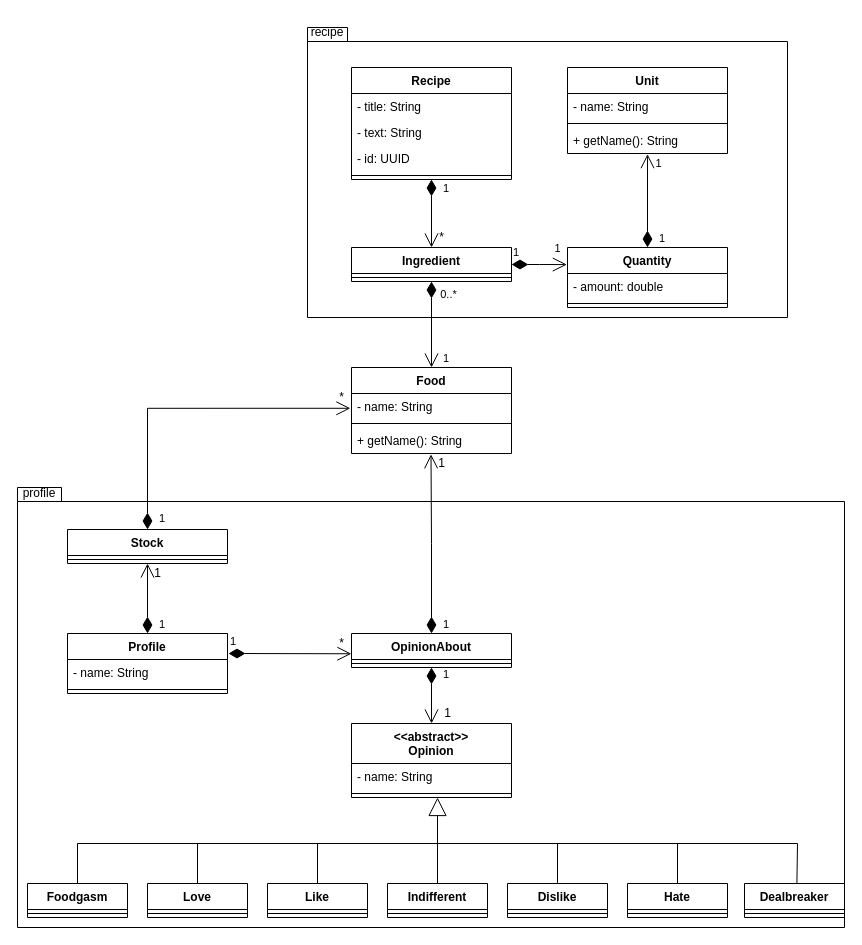
Above: docs/diagrams/entity_uml.drawio in andretrump/quickie (draw.io), before the change. Source tidied: cells renumbered, new cells numbered last; positions are measured from the earlier drawing's top-left corner, leaving out a move shared by most shapes. Both pictures are drawn from the tidied source at 100%, with x=0, y=0 at pixel (17, 17).
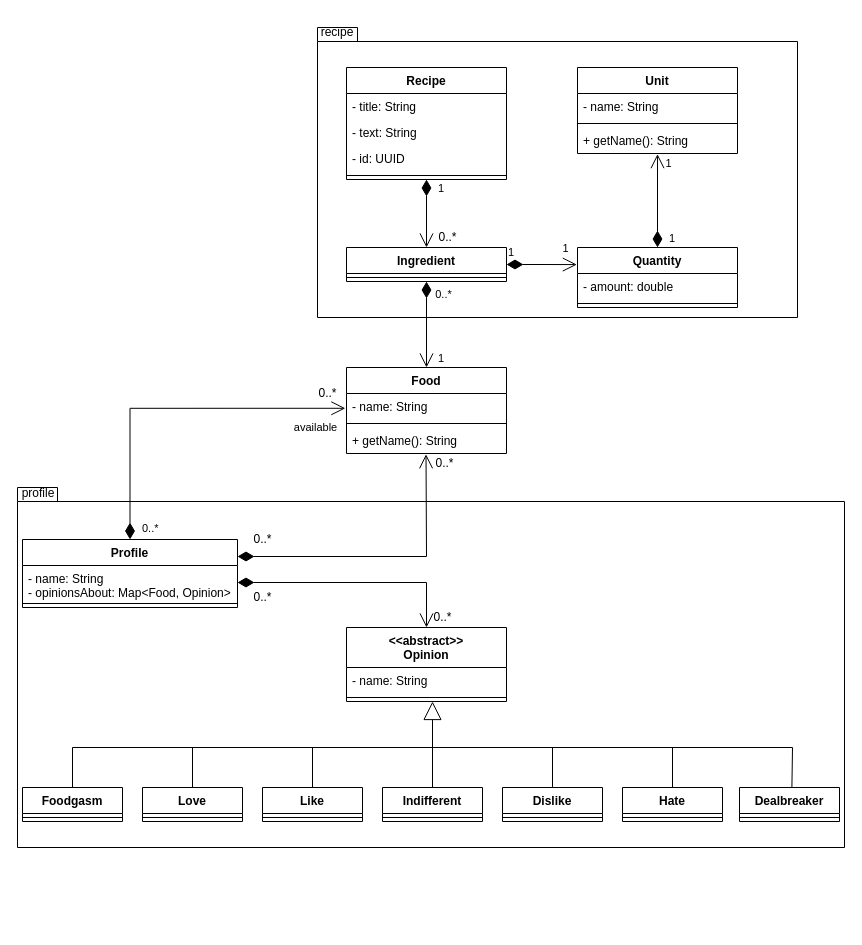
The same page after the edit.

The change refers to these unchanged cells:
```xml
<mxCell id="5" value="- name: String" style="text;strokeColor=none;fillColor=none;align=left;verticalAlign=top;spacingLeft=4;spacingRight=4;overflow=hidden;points=[[0,0.5],[1,0.5]];portConstraint=eastwest;" parent="4" vertex="1">
  <mxGeometry y="26" width="160" height="26" as="geometry" />
</mxCell>
<mxCell id="7" value="+ getName(): String" style="text;strokeColor=none;fillColor=none;align=left;verticalAlign=top;spacingLeft=4;spacingRight=4;overflow=hidden;points=[[0,0.5],[1,0.5]];portConstraint=eastwest;" parent="4" vertex="1">
  <mxGeometry y="60" width="160" height="26" as="geometry" />
</mxCell>
```

Diff of the diagram source:
```diff
@@
     <mxCell id="2" style="shape=folder;fontStyle=1;spacingTop=10;tabWidth=40;tabHeight=14;tabPosition=left;html=1;" parent="1" vertex="1">
-      <mxGeometry y="470" width="827" height="440" as="geometry" />
+      <mxGeometry y="470" width="827" height="360" as="geometry" />
     </mxCell>
     <mxCell id="3" style="shape=folder;fontStyle=1;spacingTop=10;tabWidth=40;tabHeight=14;tabPosition=left;html=1;" parent="1" vertex="1">
-      <mxGeometry x="290" y="10" width="480" height="290" as="geometry" />
+      <mxGeometry x="300" y="10" width="480" height="290" as="geometry" />
     </mxCell>
     <mxCell id="4" value="Food" style="swimlane;fontStyle=1;align=center;verticalAlign=top;horizontal=1;startSize=26;" parent="1" vertex="1">
-      <mxGeometry x="334" y="350" width="160" height="86" as="geometry" />
+      <mxGeometry x="329" y="350" width="160" height="86" as="geometry" />
     </mxCell>
@@
     <mxCell id="8" value="Ingredient" style="swimlane;fontStyle=1;align=center;verticalAlign=top;horizontal=1;startSize=26;" parent="1" vertex="1">
-      <mxGeometry x="334" y="230" width="160" height="34" as="geometry" />
+      <mxGeometry x="329" y="230" width="160" height="34" as="geometry" />
     </mxCell>
@@
-    <mxCell id="10" value="1" style="endArrow=open;html=1;endSize=12;startArrow=diamondThin;startSize=14;startFill=1;align=left;verticalAlign=bottom;rounded=0;exitX=0.5;exitY=1;exitDx=0;exitDy=0;entryX=0.5;entryY=0;entryDx=0;entryDy=0;edgeStyle=orthogonalEdgeStyle;" parent="1" edge="1" source="8" target="4">
+    <mxCell id="10" value="1" style="endArrow=open;html=1;endSize=12;startArrow=diamondThin;startSize=14;startFill=1;align=left;verticalAlign=bottom;rounded=0;exitX=0.5;exitY=1;exitDx=0;exitDy=0;" parent="1" edge="1" source="8" target="4">
       <mxGeometry x="1" y="10" relative="1" as="geometry" />
     </mxCell>
@@
     <mxCell id="12" value="Quantity" style="swimlane;fontStyle=1;align=center;verticalAlign=top;horizontal=1;startSize=26;" parent="1" vertex="1">
-      <mxGeometry x="550" y="230" width="160" height="60" as="geometry" />
+      <mxGeometry x="560" y="230" width="160" height="60" as="geometry" />
     </mxCell>
@@
     <mxCell id="17" value="Unit" style="swimlane;fontStyle=1;align=center;verticalAlign=top;horizontal=1;startSize=26;" parent="1" vertex="1">
-      <mxGeometry x="550" y="50" width="160" height="86" as="geometry" />
+      <mxGeometry x="560" y="50" width="160" height="86" as="geometry" />
     </mxCell>
@@
     <mxCell id="23" value="Recipe" style="swimlane;fontStyle=1;align=center;verticalAlign=top;horizontal=1;startSize=26;" parent="1" vertex="1">
-      <mxGeometry x="334" y="50" width="160" height="112" as="geometry" />
+      <mxGeometry x="329" y="50" width="160" height="112" as="geometry" />
     </mxCell>
@@
-    <mxCell id="29" value="*" style="text;html=1;align=center;verticalAlign=middle;strokeColor=none;fillColor=none;" parent="1" vertex="1">
-      <mxGeometry x="414" y="210" width="20" height="20" as="geometry" />
+    <mxCell id="29" value="0..*" style="text;html=1;align=center;verticalAlign=middle;strokeColor=none;fillColor=none;" parent="1" vertex="1">
+      <mxGeometry x="415" y="210" width="30" height="20" as="geometry" />
     </mxCell>
     <mxCell id="30" value="&lt;&lt;abstract&gt;&gt;&#10;Opinion" style="swimlane;fontStyle=1;align=center;verticalAlign=top;horizontal=1;startSize=40;" parent="1" vertex="1">
-      <mxGeometry x="334" y="706" width="160" height="74" as="geometry" />
+      <mxGeometry x="329" y="610" width="160" height="74" as="geometry" />
     </mxCell>
@@
     <mxCell id="33" value="Profile" style="swimlane;fontStyle=1;align=center;verticalAlign=top;horizontal=1;startSize=26;" parent="1" vertex="1">
-      <mxGeometry x="50" y="616" width="160" height="60" as="geometry" />
+      <mxGeometry x="5" y="522" width="215" height="68" as="geometry" />
     </mxCell>
-    <mxCell id="34" value="- name: String" style="text;strokeColor=none;fillColor=none;align=left;verticalAlign=top;spacingLeft=4;spacingRight=4;overflow=hidden;points=[[0,0.5],[1,0.5]];portConstraint=eastwest;" parent="33" vertex="1">
-      <mxGeometry y="26" width="160" height="26" as="geometry" />
+    <mxCell id="34" value="- name: String&#10;- opinionsAbout: Map&lt;Food, Opinion&gt;" style="text;strokeColor=none;fillColor=none;align=left;verticalAlign=top;spacingLeft=4;spacingRight=4;overflow=hidden;points=[[0,0.5],[1,0.5]];portConstraint=eastwest;" parent="33" vertex="1">
+      <mxGeometry y="26" width="215" height="34" as="geometry" />
     </mxCell>
     <mxCell id="35" style="line;strokeWidth=1;fillColor=none;align=left;verticalAlign=middle;spacingTop=-1;spacingLeft=3;spacingRight=3;labelPosition=right;" parent="33" vertex="1">
-      <mxGeometry y="52" width="160" height="8" as="geometry" />
+      <mxGeometry y="60" width="215" height="8" as="geometry" />
     </mxCell>
-    <mxCell id="36" value="OpinionAbout" style="swimlane;fontStyle=1;align=center;verticalAlign=top;horizontal=1;startSize=26;" parent="1" vertex="1">
-      <mxGeometry x="334" y="616" width="160" height="34" as="geometry" />
-    </mxCell>
-    <mxCell id="37" style="line;strokeWidth=1;fillColor=none;align=left;verticalAlign=middle;spacingTop=-1;spacingLeft=3;spacingRight=3;labelPosition=right;" parent="36" vertex="1">
-      <mxGeometry y="26" width="160" height="8" as="geometry" />
-    </mxCell>
-    <mxCell id="38" value="1" style="endArrow=open;html=1;endSize=12;startArrow=diamondThin;startSize=14;startFill=1;edgeStyle=orthogonalEdgeStyle;align=left;verticalAlign=bottom;rounded=0;entryX=-0.001;entryY=0.596;entryDx=0;entryDy=0;entryPerimeter=0;" parent="1" edge="1" target="36">
-      <mxGeometry x="-1" y="3" relative="1" as="geometry">
-        <mxPoint x="211" y="636" as="sourcePoint" />
-        <Array as="points">
-          <mxPoint x="211" y="636" />
-          <mxPoint x="300" y="636" />
-        </Array>
-      </mxGeometry>
-    </mxCell>
-    <mxCell id="39" value="*" style="text;html=1;align=center;verticalAlign=middle;strokeColor=none;fillColor=none;" parent="1" vertex="1">
-      <mxGeometry x="314" y="616" width="20" height="20" as="geometry" />
+    <mxCell id="39" value="0..*" style="text;html=1;align=center;verticalAlign=middle;strokeColor=none;fillColor=none;" parent="1" vertex="1">
+      <mxGeometry x="230" y="570" width="30" height="20" as="geometry" />
     </mxCell>
-    <mxCell id="40" value="1" style="endArrow=open;html=1;endSize=12;startArrow=diamondThin;startSize=14;startFill=1;edgeStyle=orthogonalEdgeStyle;align=left;verticalAlign=bottom;rounded=0;exitX=0.5;exitY=0;exitDx=0;exitDy=0;entryX=0.497;entryY=1.031;entryDx=0;entryDy=0;entryPerimeter=0;" parent="1" edge="1" source="36" target="7">
-      <mxGeometry x="-1" y="-10" relative="1" as="geometry" />
+    <mxCell id="40" style="endArrow=open;html=1;endSize=12;startArrow=diamondThin;startSize=14;startFill=1;align=left;verticalAlign=bottom;rounded=0;entryX=0.497;entryY=1.031;entryDx=0;entryDy=0;entryPerimeter=0;exitX=1;exitY=0.25;exitDx=0;exitDy=0;" parent="1" edge="1" source="33" target="7">
+      <mxGeometry x="-1" y="-10" relative="1" as="geometry">
+        <Array as="points">
+          <mxPoint x="409" y="539" />
+        </Array>
+      </mxGeometry>
     </mxCell>
-    <mxCell id="41" value="1" style="text;html=1;align=center;verticalAlign=middle;strokeColor=none;fillColor=none;" parent="1" vertex="1">
-      <mxGeometry x="414" y="436" width="20" height="20" as="geometry" />
+    <mxCell id="41" value="0..*" style="text;html=1;align=center;verticalAlign=middle;strokeColor=none;fillColor=none;" parent="1" vertex="1">
+      <mxGeometry x="412" y="436" width="30" height="20" as="geometry" />
     </mxCell>
-    <mxCell id="42" value="1" style="endArrow=open;html=1;endSize=12;startArrow=diamondThin;startSize=14;startFill=1;edgeStyle=orthogonalEdgeStyle;align=left;verticalAlign=bottom;rounded=0;exitX=0.5;exitY=1;exitDx=0;exitDy=0;entryX=0.5;entryY=0;entryDx=0;entryDy=0;" parent="1" edge="1" source="36" target="30">
-      <mxGeometry x="-0.43" y="10" relative="1" as="geometry" />
+    <mxCell id="42" style="endArrow=open;html=1;endSize=12;startArrow=diamondThin;startSize=14;startFill=1;align=left;verticalAlign=bottom;rounded=0;exitX=1;exitY=0.5;exitDx=0;exitDy=0;entryX=0.5;entryY=0;entryDx=0;entryDy=0;" parent="1" edge="1" source="34" target="30">
+      <mxGeometry x="-0.25" y="9" relative="1" as="geometry">
+        <Array as="points">
+          <mxPoint x="409" y="565" />
+        </Array>
+      </mxGeometry>
     </mxCell>
-    <mxCell id="43" value="1" style="text;html=1;align=center;verticalAlign=middle;strokeColor=none;fillColor=none;" parent="1" vertex="1">
-      <mxGeometry x="420" y="686" width="20" height="20" as="geometry" />
+    <mxCell id="43" value="0..*" style="text;html=1;align=center;verticalAlign=middle;strokeColor=none;fillColor=none;" parent="1" vertex="1">
+      <mxGeometry x="410" y="590" width="30" height="20" as="geometry" />
     </mxCell>
-    <mxCell id="44" value="Stock" style="swimlane;fontStyle=1;align=center;verticalAlign=top;horizontal=1;startSize=26;" parent="1" vertex="1">
-      <mxGeometry x="50" y="512" width="160" height="34" as="geometry" />
-    </mxCell>
-    <mxCell id="45" style="line;strokeWidth=1;fillColor=none;align=left;verticalAlign=middle;spacingTop=-1;spacingLeft=3;spacingRight=3;labelPosition=right;" parent="44" vertex="1">
-      <mxGeometry y="26" width="160" height="8" as="geometry" />
-    </mxCell>
-    <mxCell id="46" value="1" style="endArrow=open;html=1;endSize=12;startArrow=diamondThin;startSize=14;startFill=1;edgeStyle=orthogonalEdgeStyle;align=left;verticalAlign=bottom;rounded=0;exitX=0.5;exitY=0;exitDx=0;exitDy=0;entryX=0.5;entryY=1;entryDx=0;entryDy=0;" parent="1" edge="1" source="33" target="44">
-      <mxGeometry x="-1" y="-10" relative="1" as="geometry" />
-    </mxCell>
-    <mxCell id="47" value="1" style="text;html=1;align=center;verticalAlign=middle;strokeColor=none;fillColor=none;" parent="1" vertex="1">
-      <mxGeometry x="130" y="546" width="20" height="20" as="geometry" />
-    </mxCell>
-    <mxCell id="48" value="1" style="endArrow=open;html=1;endSize=12;startArrow=diamondThin;startSize=14;startFill=1;edgeStyle=orthogonalEdgeStyle;align=left;verticalAlign=bottom;rounded=0;entryX=-0.007;entryY=0.569;entryDx=0;entryDy=0;entryPerimeter=0;exitX=0.5;exitY=0;exitDx=0;exitDy=0;" parent="1" edge="1" source="44" target="5">
+    <mxCell id="48" value="0..*" style="endArrow=open;html=1;endSize=12;startArrow=diamondThin;startSize=14;startFill=1;edgeStyle=orthogonalEdgeStyle;align=left;verticalAlign=bottom;rounded=0;entryX=-0.007;entryY=0.569;entryDx=0;entryDy=0;entryPerimeter=0;exitX=0.5;exitY=0;exitDx=0;exitDy=0;" parent="1" edge="1" source="33" target="5">
       <mxGeometry x="-0.99" y="-10" relative="1" as="geometry" />
     </mxCell>
+    <mxCell id="74" value="available" style="edgeLabel;html=1;align=center;verticalAlign=middle;" parent="48" vertex="1">
+      <mxGeometry x="0.73" y="-3" relative="1" as="geometry">
+        <mxPoint x="16" y="16" as="offset" />
+      </mxGeometry>
+    </mxCell>
-    <mxCell id="49" value="*" style="text;html=1;align=center;verticalAlign=middle;strokeColor=none;fillColor=none;" parent="1" vertex="1">
-      <mxGeometry x="314" y="370" width="20" height="20" as="geometry" />
+    <mxCell id="49" value="0..*" style="text;html=1;align=center;verticalAlign=middle;strokeColor=none;fillColor=none;" parent="1" vertex="1">
+      <mxGeometry x="295" y="366" width="30" height="20" as="geometry" />
     </mxCell>
     <mxCell id="50" value="Foodgasm" style="swimlane;fontStyle=1;align=center;verticalAlign=top;horizontal=1;startSize=26;" parent="1" vertex="1">
-      <mxGeometry x="10" y="866" width="100" height="34" as="geometry" />
+      <mxGeometry x="5" y="770" width="100" height="34" as="geometry" />
     </mxCell>
@@
     <mxCell id="52" value="Indifferent" style="swimlane;fontStyle=1;align=center;verticalAlign=top;horizontal=1;startSize=26;" parent="1" vertex="1">
-      <mxGeometry x="370" y="866" width="100" height="34" as="geometry" />
+      <mxGeometry x="365" y="770" width="100" height="34" as="geometry" />
     </mxCell>
@@
     <mxCell id="54" value="Like" style="swimlane;fontStyle=1;align=center;verticalAlign=top;horizontal=1;startSize=26;" parent="1" vertex="1">
-      <mxGeometry x="250" y="866" width="100" height="34" as="geometry" />
+      <mxGeometry x="245" y="770" width="100" height="34" as="geometry" />
     </mxCell>
@@
     <mxCell id="56" value="Love" style="swimlane;fontStyle=1;align=center;verticalAlign=top;horizontal=1;startSize=26;" parent="1" vertex="1">
-      <mxGeometry x="130" y="866" width="100" height="34" as="geometry" />
+      <mxGeometry x="125" y="770" width="100" height="34" as="geometry" />
     </mxCell>
@@
     <mxCell id="58" value="Dislike" style="swimlane;fontStyle=1;align=center;verticalAlign=top;horizontal=1;startSize=26;" parent="1" vertex="1">
-      <mxGeometry x="490" y="866" width="100" height="34" as="geometry" />
+      <mxGeometry x="485" y="770" width="100" height="34" as="geometry" />
     </mxCell>
@@
     <mxCell id="60" value="Dealbreaker" style="swimlane;fontStyle=1;align=center;verticalAlign=top;horizontal=1;startSize=26;" parent="1" vertex="1">
-      <mxGeometry x="727" y="866" width="100" height="34" as="geometry" />
+      <mxGeometry x="722" y="770" width="100" height="34" as="geometry" />
     </mxCell>
@@
     <mxCell id="62" value="Hate" style="swimlane;fontStyle=1;align=center;verticalAlign=top;horizontal=1;startSize=26;" parent="1" vertex="1">
-      <mxGeometry x="610" y="866" width="100" height="34" as="geometry" />
+      <mxGeometry x="605" y="770" width="100" height="34" as="geometry" />
     </mxCell>
@@
     <mxCell id="64" style="endArrow=block;endSize=16;endFill=0;html=1;rounded=0;exitX=0.5;exitY=0;exitDx=0;exitDy=0;" parent="1" edge="1" source="52">
       <mxGeometry relative="1" as="geometry">
-        <mxPoint x="420" y="780" as="targetPoint" />
+        <mxPoint x="415" y="684" as="targetPoint" />
       </mxGeometry>
     </mxCell>
     <mxCell id="65" style="endArrow=none;html=1;rounded=0;" parent="1" edge="1">
       <mxGeometry relative="1" as="geometry">
-        <mxPoint x="60" y="826" as="sourcePoint" />
-        <mxPoint x="780" y="826" as="targetPoint" />
+        <mxPoint x="55" y="730" as="sourcePoint" />
+        <mxPoint x="775" y="730" as="targetPoint" />
       </mxGeometry>
     </mxCell>
     <mxCell id="66" style="endArrow=none;html=1;rounded=0;exitX=0.5;exitY=0;exitDx=0;exitDy=0;" parent="1" edge="1" source="50">
       <mxGeometry relative="1" as="geometry">
-        <mxPoint x="60" y="826" as="targetPoint" />
+        <mxPoint x="55" y="730" as="targetPoint" />
       </mxGeometry>
     </mxCell>
     <mxCell id="67" style="endArrow=none;html=1;rounded=0;exitX=0.5;exitY=0;exitDx=0;exitDy=0;" parent="1" edge="1" source="56">
       <mxGeometry relative="1" as="geometry">
-        <mxPoint x="180" y="826" as="targetPoint" />
+        <mxPoint x="175" y="730" as="targetPoint" />
       </mxGeometry>
     </mxCell>
     <mxCell id="68" style="endArrow=none;html=1;rounded=0;exitX=0.5;exitY=0;exitDx=0;exitDy=0;" parent="1" edge="1" source="54">
       <mxGeometry relative="1" as="geometry">
-        <mxPoint x="300" y="826" as="targetPoint" />
+        <mxPoint x="295" y="730" as="targetPoint" />
       </mxGeometry>
     </mxCell>
     <mxCell id="69" style="endArrow=none;html=1;rounded=0;exitX=0.5;exitY=-0.018;exitDx=0;exitDy=0;exitPerimeter=0;" parent="1" edge="1" source="58">
       <mxGeometry relative="1" as="geometry">
-        <mxPoint x="540" y="826" as="targetPoint" />
+        <mxPoint x="535" y="730" as="targetPoint" />
       </mxGeometry>
     </mxCell>
     <mxCell id="70" style="endArrow=none;html=1;rounded=0;" parent="1" edge="1">
       <mxGeometry relative="1" as="geometry">
-        <mxPoint x="660" y="866" as="sourcePoint" />
-        <mxPoint x="660" y="826" as="targetPoint" />
+        <mxPoint x="655" y="770" as="sourcePoint" />
+        <mxPoint x="655" y="730" as="targetPoint" />
       </mxGeometry>
     </mxCell>
     <mxCell id="71" style="endArrow=none;html=1;rounded=0;exitX=0.524;exitY=0.009;exitDx=0;exitDy=0;exitPerimeter=0;" parent="1" edge="1" source="60">
       <mxGeometry relative="1" as="geometry">
-        <mxPoint x="780" y="826" as="targetPoint" />
+        <mxPoint x="775" y="730" as="targetPoint" />
       </mxGeometry>
     </mxCell>
     <mxCell id="72" value="recipe" style="text;html=1;strokeColor=none;fillColor=none;align=center;verticalAlign=middle;whiteSpace=wrap;rounded=0;" parent="1" vertex="1">
-      <mxGeometry x="280" width="60" height="30" as="geometry" />
+      <mxGeometry x="290" width="60" height="30" as="geometry" />
     </mxCell>
     <mxCell id="73" value="profile" style="text;html=1;strokeColor=none;fillColor=none;align=center;verticalAlign=middle;whiteSpace=wrap;rounded=0;" parent="1" vertex="1">
-      <mxGeometry x="2" y="468" width="40" height="16" as="geometry" />
+      <mxGeometry x="1" y="468" width="40" height="16" as="geometry" />
     </mxCell>
+    <mxCell id="75" value="0..*" style="text;html=1;align=center;verticalAlign=middle;strokeColor=none;fillColor=none;" parent="1" vertex="1">
+      <mxGeometry x="230" y="512" width="30" height="20" as="geometry" />
+    </mxCell>
```
